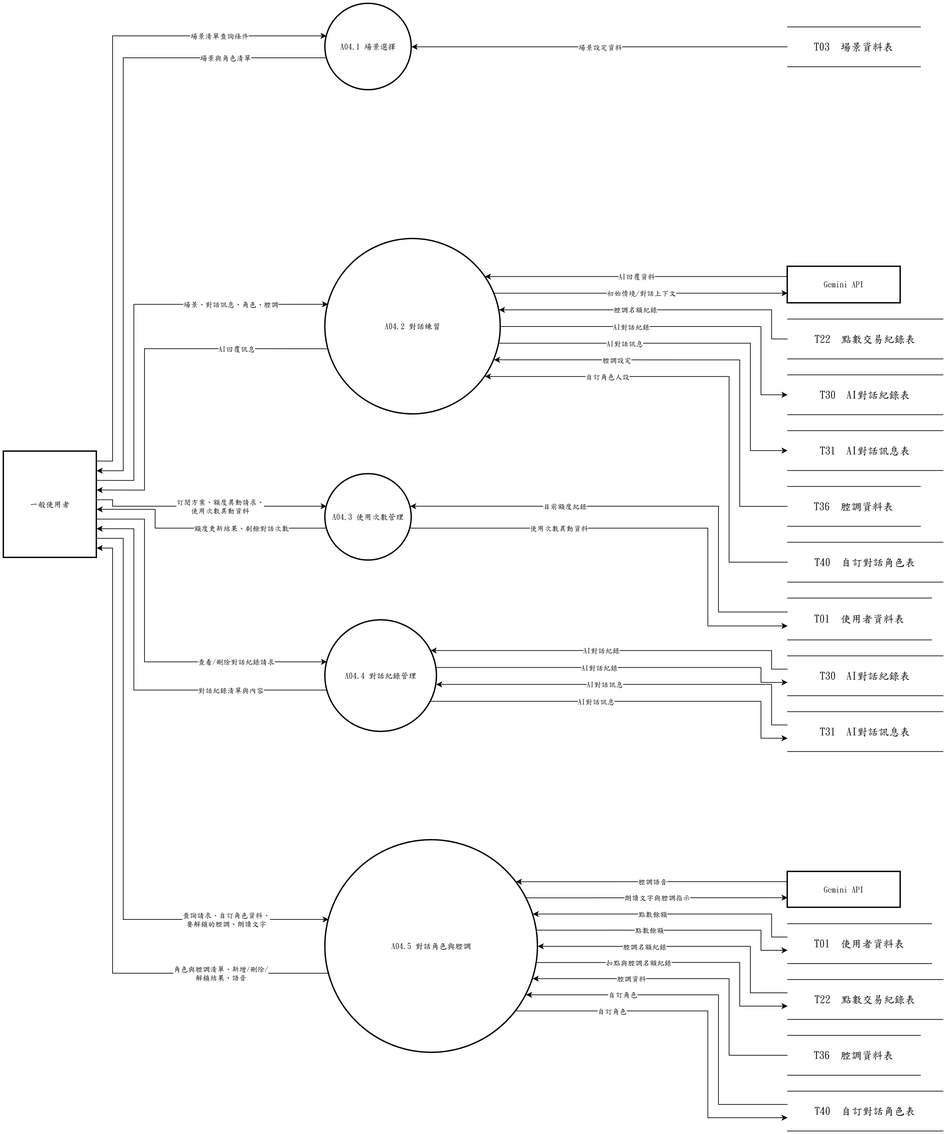
Earlier version of the draw.io export 系統文件/第6章/DFD圖/圖4/新/圖4.drawio.png (s22452007/115502). Source tidied: cells renumbered, new cells last; positions are measured from the earlier drawing's top-left corner, leaving out a move shared by most shapes.
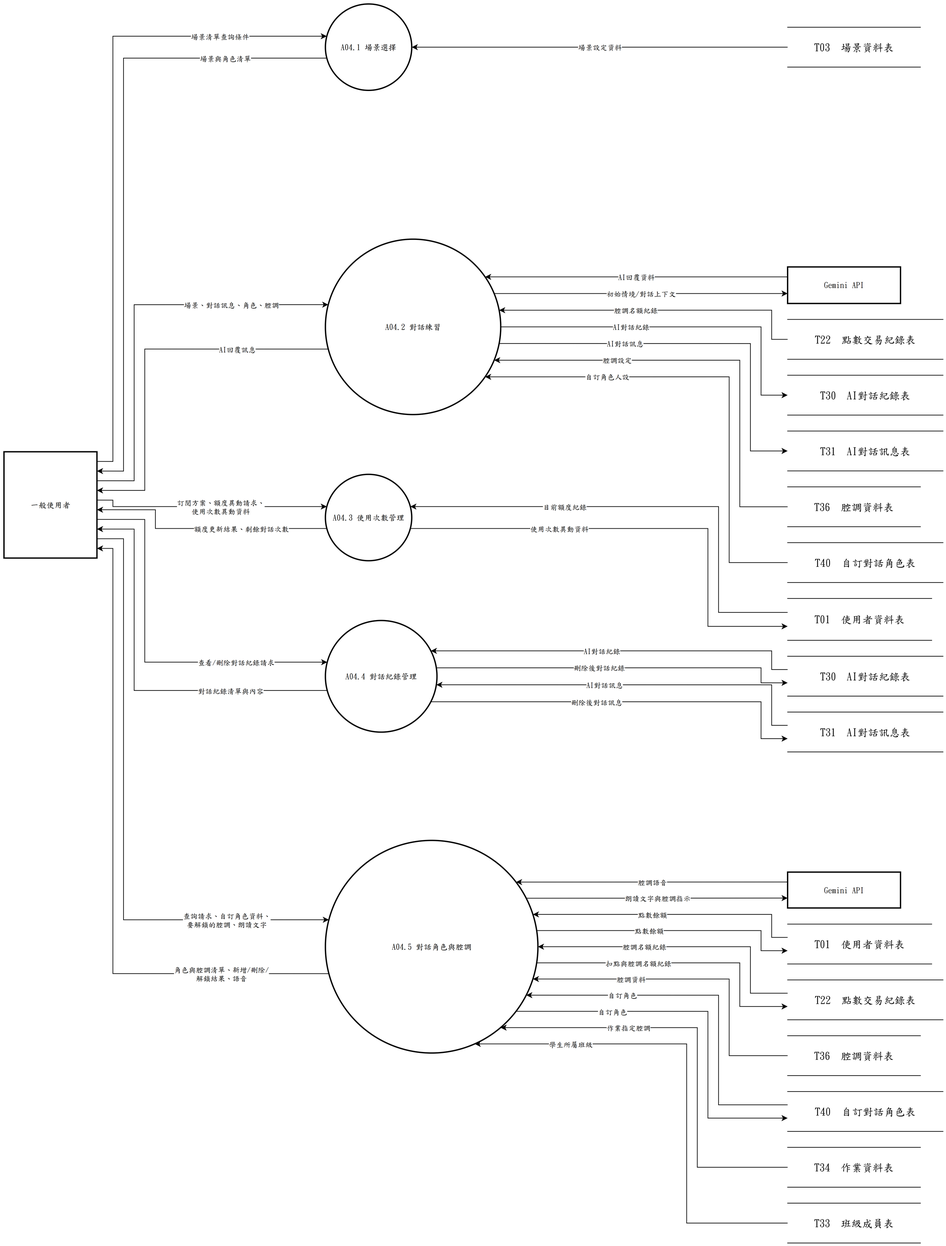
The same file after the commit.

Change to the diagram source:
```diff
@@ -278,7 +278,7 @@
         </Array>
       </mxGeometry>
     </mxCell>
-    <mxCell id="64" value="AI對話紀錄" style="edgeLabel;html=1;align=center;verticalAlign=middle;fontFamily=標楷體;" parent="63" vertex="1">
+    <mxCell id="64" value="刪除後對話紀錄" style="edgeLabel;html=1;align=center;verticalAlign=middle;fontFamily=標楷體;" parent="63" vertex="1">
       <mxGeometry x="-0.11" relative="1" as="geometry" />
     </mxCell>
     <mxCell id="65" style="edgeStyle=none;rounded=0;html=1;fontFamily=標楷體;endArrow=classic;exitX=0.9450;exitY=0.7280;exitDx=0;exitDy=0;exitPerimeter=0;entryX=0.0000;entryY=0.6667;entryDx=0;entryDy=0;entryPerimeter=0;" parent="1" edge="1" source="5" target="17">
@@ -289,7 +289,7 @@
         </Array>
       </mxGeometry>
     </mxCell>
-    <mxCell id="66" value="AI對話訊息" style="edgeLabel;html=1;align=center;verticalAlign=middle;fontFamily=標楷體;" parent="65" vertex="1">
+    <mxCell id="66" value="刪除後對話訊息" style="edgeLabel;html=1;align=center;verticalAlign=middle;fontFamily=標楷體;" parent="65" vertex="1">
       <mxGeometry x="-0.16" relative="1" as="geometry" />
     </mxCell>
     <mxCell id="67" style="edgeStyle=none;rounded=0;html=1;fontFamily=標楷體;endArrow=classic;exitX=1.0000;exitY=0.8182;exitDx=0;exitDy=0;exitPerimeter=0;entryX=0.0163;entryY=0.3733;entryDx=0;entryDy=0;entryPerimeter=0;" parent="1" edge="1" source="7" target="6">
@@ -403,5 +403,33 @@
     <mxCell id="88" value="扣點與腔調名額紀錄" style="edgeLabel;html=1;align=center;verticalAlign=middle;fontFamily=標楷體;" parent="87" vertex="1">
       <mxGeometry x="-0.31" relative="1" as="geometry" />
     </mxCell>
+    <mxCell id="89" value="T34  作業資料表" style="shape=partialRectangle;whiteSpace=wrap;html=1;left=0;right=0;fontFamily=標楷體;fontSize=16;" parent="1" vertex="1">
+      <mxGeometry x="1180" y="1721" width="200" height="60" as="geometry" />
+    </mxCell>
+    <mxCell id="90" value="T33  班級成員表" style="shape=partialRectangle;whiteSpace=wrap;html=1;left=0;right=0;fontFamily=標楷體;fontSize=16;" parent="1" vertex="1">
+      <mxGeometry x="1180" y="1805" width="200" height="60" as="geometry" />
+    </mxCell>
+    <mxCell id="91" style="edgeStyle=none;rounded=0;html=1;fontFamily=標楷體;endArrow=classic;exitX=0.0000;exitY=0.5000;exitDx=0;exitDy=0;exitPerimeter=0;entryX=0.8242;entryY=0.8806;entryDx=0;entryDy=0;entryPerimeter=0;" parent="1" edge="1" source="89" target="6">
+      <mxGeometry relative="1" as="geometry">
+        <Array as="points">
+          <mxPoint x="1044" y="1751" />
+          <mxPoint x="1044" y="1540.8" />
+        </Array>
+      </mxGeometry>
+    </mxCell>
+    <mxCell id="92" value="作業指定腔調" style="edgeLabel;html=1;align=center;verticalAlign=middle;fontFamily=標楷體;" parent="91" vertex="1">
+      <mxGeometry x="0.4" relative="1" as="geometry" />
+    </mxCell>
+    <mxCell id="93" style="edgeStyle=none;rounded=0;html=1;fontFamily=標楷體;endArrow=classic;exitX=0.0000;exitY=0.5000;exitDx=0;exitDy=0;exitPerimeter=0;entryX=0.7024;entryY=0.9572;entryDx=0;entryDy=0;entryPerimeter=0;" parent="1" edge="1" source="90" target="6">
+      <mxGeometry relative="1" as="geometry">
+        <Array as="points">
+          <mxPoint x="1028" y="1835" />
+          <mxPoint x="1028" y="1565.3" />
+        </Array>
+      </mxGeometry>
+    </mxCell>
+    <mxCell id="94" value="學生所屬班級" style="edgeLabel;html=1;align=center;verticalAlign=middle;fontFamily=標楷體;" parent="93" vertex="1">
+      <mxGeometry x="0.61" relative="1" as="geometry" />
+    </mxCell>
   </root>
 </mxGraphModel>
```
